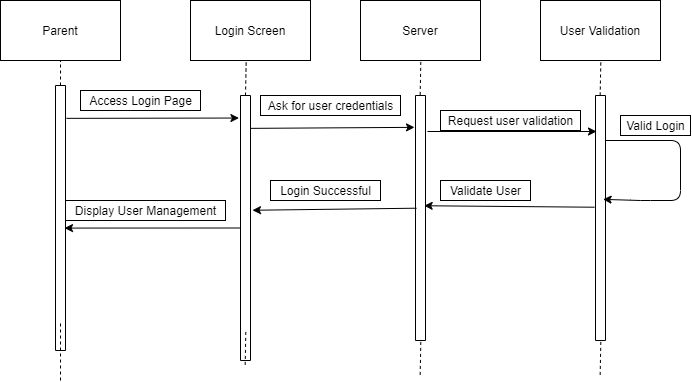
Before: Deliverables/Week_3/Use_Case/Parent/Sequence Diagrams/UserMaintenace.png, a diagram exported from draw.io (Hanandrof/Group-3-Repository). Source tidied: cells renumbered, new cells last; positions are measured from the earlier drawing's top-left corner, leaving out a move shared by most shapes. Its diagram source:
```xml
<mxGraphModel>
  <root>
    <mxCell id="0" />
    <mxCell id="1" parent="0" />
    <mxCell id="2" value="Parent" style="rounded=0;whiteSpace=wrap;html=1;" parent="1" vertex="1">
      <mxGeometry width="120" height="60" as="geometry" />
    </mxCell>
    <mxCell id="3" value="Server" style="rounded=0;whiteSpace=wrap;html=1;" parent="1" vertex="1">
      <mxGeometry x="360" width="120" height="60" as="geometry" />
    </mxCell>
    <mxCell id="4" value="Login Screen" style="rounded=0;whiteSpace=wrap;html=1;" parent="1" vertex="1">
      <mxGeometry x="190" width="120" height="60" as="geometry" />
    </mxCell>
    <mxCell id="5" value="User Validation" style="rounded=0;whiteSpace=wrap;html=1;" parent="1" vertex="1">
      <mxGeometry x="540" width="120" height="60" as="geometry" />
    </mxCell>
    <mxCell id="6" style="rounded=0;whiteSpace=wrap;html=1;direction=south;" parent="1" vertex="1">
      <mxGeometry x="55" y="85" width="10" height="265" as="geometry" />
    </mxCell>
    <mxCell id="7" style="rounded=0;whiteSpace=wrap;html=1;direction=south;" parent="1" vertex="1">
      <mxGeometry x="240" y="95" width="10" height="265" as="geometry" />
    </mxCell>
    <mxCell id="8" style="rounded=0;whiteSpace=wrap;html=1;direction=south;" parent="1" vertex="1">
      <mxGeometry x="415" y="95" width="10" height="245" as="geometry" />
    </mxCell>
    <mxCell id="9" style="rounded=0;whiteSpace=wrap;html=1;direction=south;" parent="1" vertex="1">
      <mxGeometry x="595" y="95" width="10" height="245" as="geometry" />
    </mxCell>
    <mxCell id="10" style="endArrow=none;dashed=1;html=1;entryX=0.5;entryY=1;entryDx=0;entryDy=0;exitX=0;exitY=0.5;exitDx=0;exitDy=0;" parent="1" edge="1" source="6" target="2">
      <mxGeometry relative="1" as="geometry" />
    </mxCell>
    <mxCell id="11" style="endArrow=none;dashed=1;html=1;" parent="1" edge="1">
      <mxGeometry relative="1" as="geometry">
        <mxPoint x="60" y="380" as="sourcePoint" />
        <mxPoint x="60" y="320" as="targetPoint" />
      </mxGeometry>
    </mxCell>
    <mxCell id="12" style="endArrow=classic;html=1;exitX=0.124;exitY=-0.1;exitDx=0;exitDy=0;exitPerimeter=0;entryX=0.085;entryY=1.157;entryDx=0;entryDy=0;entryPerimeter=0;" parent="1" edge="1" source="6" target="7">
      <mxGeometry relative="1" as="geometry" />
    </mxCell>
    <mxCell id="13" value="Access Login Page" style="text;html=1;align=center;verticalAlign=middle;strokeColor=#000000;" parent="1" vertex="1">
      <mxGeometry x="80" y="90" width="120" height="20" as="geometry" />
    </mxCell>
    <mxCell id="14" style="endArrow=classic;html=1;exitX=0.124;exitY=0;exitDx=0;exitDy=0;exitPerimeter=0;entryX=0.13;entryY=1.1;entryDx=0;entryDy=0;entryPerimeter=0;" parent="1" edge="1" source="7" target="8">
      <mxGeometry relative="1" as="geometry" />
    </mxCell>
    <mxCell id="15" value="Ask for user credentials" style="text;html=1;align=center;verticalAlign=middle;strokeColor=#000000;" parent="1" vertex="1">
      <mxGeometry x="260" y="95" width="140" height="20" as="geometry" />
    </mxCell>
    <mxCell id="16" style="endArrow=classic;html=1;" parent="1" edge="1">
      <mxGeometry relative="1" as="geometry">
        <mxPoint x="427" y="131" as="sourcePoint" />
        <mxPoint x="596" y="131" as="targetPoint" />
      </mxGeometry>
    </mxCell>
    <mxCell id="17" value="Request user validation" style="text;html=1;align=center;verticalAlign=middle;strokeColor=#000000;" parent="1" vertex="1">
      <mxGeometry x="440" y="110" width="140" height="20" as="geometry" />
    </mxCell>
    <mxCell id="18" style="endArrow=classic;html=1;entryX=0.424;entryY=0.24;entryDx=0;entryDy=0;entryPerimeter=0;" parent="1" edge="1" target="9">
      <mxGeometry relative="1" as="geometry">
        <mxPoint x="605" y="140" as="sourcePoint" />
        <Array as="points">
          <mxPoint x="680" y="140" />
          <mxPoint x="680" y="200" />
          <mxPoint x="640" y="200" />
        </Array>
      </mxGeometry>
    </mxCell>
    <mxCell id="19" value="Valid Login" style="text;html=1;align=center;verticalAlign=middle;strokeColor=#000000;" parent="1" vertex="1">
      <mxGeometry x="620" y="115" width="70" height="20" as="geometry" />
    </mxCell>
    <mxCell id="20" style="endArrow=classic;html=1;exitX=0.456;exitY=1.1;exitDx=0;exitDy=0;exitPerimeter=0;entryX=0.45;entryY=0.133;entryDx=0;entryDy=0;entryPerimeter=0;" parent="1" edge="1" source="9" target="8">
      <mxGeometry relative="1" as="geometry" />
    </mxCell>
    <mxCell id="21" style="endArrow=classic;html=1;exitX=0.46;exitY=0.9;exitDx=0;exitDy=0;exitPerimeter=0;entryX=0.433;entryY=-0.2;entryDx=0;entryDy=0;entryPerimeter=0;" parent="1" edge="1" source="8" target="7">
      <mxGeometry relative="1" as="geometry" />
    </mxCell>
    <mxCell id="22" style="endArrow=classic;html=1;exitX=0.5;exitY=1;exitDx=0;exitDy=0;entryX=0.538;entryY=0.1;entryDx=0;entryDy=0;entryPerimeter=0;" parent="1" edge="1" source="7" target="6">
      <mxGeometry relative="1" as="geometry" />
    </mxCell>
    <mxCell id="23" value="Login Successful" style="text;html=1;align=center;verticalAlign=middle;strokeColor=#000000;" parent="1" vertex="1">
      <mxGeometry x="270" y="180" width="110" height="20" as="geometry" />
    </mxCell>
    <mxCell id="24" value="Validate User" style="text;html=1;align=center;verticalAlign=middle;strokeColor=#000000;" parent="1" vertex="1">
      <mxGeometry x="440" y="180" width="90" height="20" as="geometry" />
    </mxCell>
    <mxCell id="25" value="Display User Management" style="text;html=1;align=center;verticalAlign=middle;strokeColor=#000000;" parent="1" vertex="1">
      <mxGeometry x="65" y="200" width="160" height="20" as="geometry" />
    </mxCell>
    <mxCell id="26" style="endArrow=none;dashed=1;html=1;strokeColor=#000000;exitX=0;exitY=0.5;exitDx=0;exitDy=0;entryX=0.464;entryY=1.01;entryDx=0;entryDy=0;entryPerimeter=0;" parent="1" edge="1" source="7" target="4">
      <mxGeometry relative="1" as="geometry" />
    </mxCell>
    <mxCell id="27" style="endArrow=none;dashed=1;html=1;strokeColor=#000000;exitX=0;exitY=0.5;exitDx=0;exitDy=0;entryX=0.464;entryY=1.01;entryDx=0;entryDy=0;entryPerimeter=0;" parent="1" edge="1">
      <mxGeometry relative="1" as="geometry">
        <mxPoint x="419.7" y="94.4" as="sourcePoint" />
        <mxPoint x="420.3" y="60" as="targetPoint" />
      </mxGeometry>
    </mxCell>
    <mxCell id="28" style="endArrow=none;dashed=1;html=1;strokeColor=#000000;exitX=0;exitY=0.5;exitDx=0;exitDy=0;entryX=0.464;entryY=1.01;entryDx=0;entryDy=0;entryPerimeter=0;" parent="1" edge="1">
      <mxGeometry relative="1" as="geometry">
        <mxPoint x="599.7" y="95" as="sourcePoint" />
        <mxPoint x="600.3" y="60.6" as="targetPoint" />
      </mxGeometry>
    </mxCell>
    <mxCell id="29" style="endArrow=none;dashed=1;html=1;strokeColor=#000000;exitX=0;exitY=0.5;exitDx=0;exitDy=0;entryX=0.464;entryY=1.01;entryDx=0;entryDy=0;entryPerimeter=0;" parent="1" edge="1">
      <mxGeometry relative="1" as="geometry">
        <mxPoint x="599.7" y="374.4" as="sourcePoint" />
        <mxPoint x="600.3" y="340" as="targetPoint" />
      </mxGeometry>
    </mxCell>
    <mxCell id="30" style="endArrow=none;dashed=1;html=1;strokeColor=#000000;exitX=0;exitY=0.5;exitDx=0;exitDy=0;entryX=0.464;entryY=1.01;entryDx=0;entryDy=0;entryPerimeter=0;" parent="1" edge="1">
      <mxGeometry relative="1" as="geometry">
        <mxPoint x="419.7" y="374.4" as="sourcePoint" />
        <mxPoint x="420.3" y="340" as="targetPoint" />
      </mxGeometry>
    </mxCell>
    <mxCell id="31" style="endArrow=none;dashed=1;html=1;strokeColor=#000000;exitX=0;exitY=0.5;exitDx=0;exitDy=0;entryX=0.464;entryY=1.01;entryDx=0;entryDy=0;entryPerimeter=0;" parent="1" edge="1">
      <mxGeometry relative="1" as="geometry">
        <mxPoint x="244.7" y="364.4" as="sourcePoint" />
        <mxPoint x="245.3" y="330" as="targetPoint" />
      </mxGeometry>
    </mxCell>
  </root>
</mxGraphModel>
```
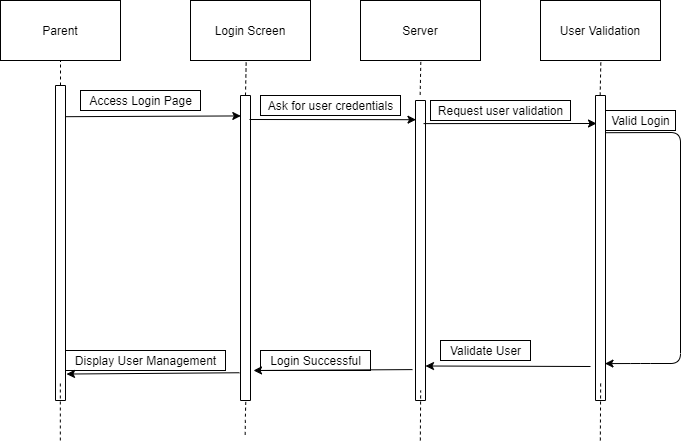
Later version of the same file.

The edit, as a diff of the source:
```diff
@@ -1,4 +1,4 @@
-<mxGraphModel>
+<mxGraphModel background="#FFFFFF">
   <root>
     <mxCell id="0" />
     <mxCell id="1" parent="0" />
@@ -15,77 +15,81 @@
       <mxGeometry x="540" width="120" height="60" as="geometry" />
     </mxCell>
     <mxCell id="6" style="rounded=0;whiteSpace=wrap;html=1;direction=south;" parent="1" vertex="1">
-      <mxGeometry x="55" y="85" width="10" height="265" as="geometry" />
+      <mxGeometry x="55" y="85" width="10" height="315" as="geometry" />
     </mxCell>
     <mxCell id="7" style="rounded=0;whiteSpace=wrap;html=1;direction=south;" parent="1" vertex="1">
-      <mxGeometry x="240" y="95" width="10" height="265" as="geometry" />
+      <mxGeometry x="240" y="95" width="10" height="305" as="geometry" />
     </mxCell>
     <mxCell id="8" style="rounded=0;whiteSpace=wrap;html=1;direction=south;" parent="1" vertex="1">
-      <mxGeometry x="415" y="95" width="10" height="245" as="geometry" />
+      <mxGeometry x="415" y="100" width="10" height="300" as="geometry" />
     </mxCell>
     <mxCell id="9" style="rounded=0;whiteSpace=wrap;html=1;direction=south;" parent="1" vertex="1">
-      <mxGeometry x="595" y="95" width="10" height="245" as="geometry" />
+      <mxGeometry x="595" y="95" width="10" height="305" as="geometry" />
     </mxCell>
     <mxCell id="10" style="endArrow=none;dashed=1;html=1;entryX=0.5;entryY=1;entryDx=0;entryDy=0;exitX=0;exitY=0.5;exitDx=0;exitDy=0;" parent="1" edge="1" source="6" target="2">
       <mxGeometry relative="1" as="geometry" />
     </mxCell>
     <mxCell id="11" style="endArrow=none;dashed=1;html=1;" parent="1" edge="1">
       <mxGeometry relative="1" as="geometry">
-        <mxPoint x="60" y="380" as="sourcePoint" />
-        <mxPoint x="60" y="320" as="targetPoint" />
+        <mxPoint x="59.8" y="440" as="sourcePoint" />
+        <mxPoint x="59.8" y="380" as="targetPoint" />
       </mxGeometry>
     </mxCell>
-    <mxCell id="12" style="endArrow=classic;html=1;exitX=0.124;exitY=-0.1;exitDx=0;exitDy=0;exitPerimeter=0;entryX=0.085;entryY=1.157;entryDx=0;entryDy=0;entryPerimeter=0;" parent="1" edge="1" source="6" target="7">
+    <mxCell id="12" style="endArrow=classic;html=1;exitX=0.099;exitY=-0.014;exitDx=0;exitDy=0;exitPerimeter=0;entryX=0.067;entryY=0.969;entryDx=0;entryDy=0;entryPerimeter=0;" parent="1" edge="1" source="6" target="7">
       <mxGeometry relative="1" as="geometry" />
     </mxCell>
     <mxCell id="13" value="Access Login Page" style="text;html=1;align=center;verticalAlign=middle;strokeColor=#000000;" parent="1" vertex="1">
       <mxGeometry x="80" y="90" width="120" height="20" as="geometry" />
     </mxCell>
-    <mxCell id="14" style="endArrow=classic;html=1;exitX=0.124;exitY=0;exitDx=0;exitDy=0;exitPerimeter=0;entryX=0.13;entryY=1.1;entryDx=0;entryDy=0;entryPerimeter=0;" parent="1" edge="1" source="7" target="8">
-      <mxGeometry relative="1" as="geometry" />
+    <mxCell id="14" style="endArrow=classic;html=1;entryX=0.064;entryY=0.952;entryDx=0;entryDy=0;entryPerimeter=0;" parent="1" edge="1" target="8">
+      <mxGeometry relative="1" as="geometry">
+        <mxPoint x="249" y="119" as="sourcePoint" />
+      </mxGeometry>
     </mxCell>
     <mxCell id="15" value="Ask for user credentials" style="text;html=1;align=center;verticalAlign=middle;strokeColor=#000000;" parent="1" vertex="1">
       <mxGeometry x="260" y="95" width="140" height="20" as="geometry" />
     </mxCell>
-    <mxCell id="16" style="endArrow=classic;html=1;" parent="1" edge="1">
+    <mxCell id="16" style="endArrow=classic;html=1;exitX=0.077;exitY=0.193;exitDx=0;exitDy=0;exitPerimeter=0;" parent="1" edge="1" source="8">
       <mxGeometry relative="1" as="geometry">
-        <mxPoint x="427" y="131" as="sourcePoint" />
-        <mxPoint x="596" y="131" as="targetPoint" />
+        <mxPoint x="596" y="123" as="targetPoint" />
       </mxGeometry>
     </mxCell>
     <mxCell id="17" value="Request user validation" style="text;html=1;align=center;verticalAlign=middle;strokeColor=#000000;" parent="1" vertex="1">
-      <mxGeometry x="440" y="110" width="140" height="20" as="geometry" />
+      <mxGeometry x="430" y="100" width="140" height="20" as="geometry" />
     </mxCell>
-    <mxCell id="18" style="endArrow=classic;html=1;entryX=0.424;entryY=0.24;entryDx=0;entryDy=0;entryPerimeter=0;" parent="1" edge="1" target="9">
+    <mxCell id="18" style="endArrow=classic;html=1;entryX=0.879;entryY=0.05;entryDx=0;entryDy=0;entryPerimeter=0;exitX=0.122;exitY=-0.014;exitDx=0;exitDy=0;exitPerimeter=0;" parent="1" edge="1" source="9" target="9">
       <mxGeometry relative="1" as="geometry">
-        <mxPoint x="605" y="140" as="sourcePoint" />
         <Array as="points">
-          <mxPoint x="680" y="140" />
-          <mxPoint x="680" y="200" />
-          <mxPoint x="640" y="200" />
+          <mxPoint x="680" y="132" />
+          <mxPoint x="680" y="363" />
+          <mxPoint x="640" y="363" />
         </Array>
       </mxGeometry>
     </mxCell>
     <mxCell id="19" value="Valid Login" style="text;html=1;align=center;verticalAlign=middle;strokeColor=#000000;" parent="1" vertex="1">
-      <mxGeometry x="620" y="115" width="70" height="20" as="geometry" />
+      <mxGeometry x="605" y="110" width="70" height="20" as="geometry" />
     </mxCell>
-    <mxCell id="20" style="endArrow=classic;html=1;exitX=0.456;exitY=1.1;exitDx=0;exitDy=0;exitPerimeter=0;entryX=0.45;entryY=0.133;entryDx=0;entryDy=0;entryPerimeter=0;" parent="1" edge="1" source="9" target="8">
-      <mxGeometry relative="1" as="geometry" />
+    <mxCell id="20" style="endArrow=classic;html=1;entryX=0.885;entryY=0;entryDx=0;entryDy=0;entryPerimeter=0;" parent="1" edge="1" target="8">
+      <mxGeometry relative="1" as="geometry">
+        <mxPoint x="590" y="366" as="sourcePoint" />
+      </mxGeometry>
     </mxCell>
-    <mxCell id="21" style="endArrow=classic;html=1;exitX=0.46;exitY=0.9;exitDx=0;exitDy=0;exitPerimeter=0;entryX=0.433;entryY=-0.2;entryDx=0;entryDy=0;entryPerimeter=0;" parent="1" edge="1" source="8" target="7">
-      <mxGeometry relative="1" as="geometry" />
+    <mxCell id="21" style="endArrow=classic;html=1;exitX=0.897;exitY=1.3;exitDx=0;exitDy=0;exitPerimeter=0;" parent="1" edge="1" source="8">
+      <mxGeometry relative="1" as="geometry">
+        <mxPoint x="253" y="370" as="targetPoint" />
+      </mxGeometry>
     </mxCell>
-    <mxCell id="22" style="endArrow=classic;html=1;exitX=0.5;exitY=1;exitDx=0;exitDy=0;entryX=0.538;entryY=0.1;entryDx=0;entryDy=0;entryPerimeter=0;" parent="1" edge="1" source="7" target="6">
+    <mxCell id="22" style="endArrow=classic;html=1;exitX=0.909;exitY=1.1;exitDx=0;exitDy=0;entryX=0.916;entryY=-0.1;entryDx=0;entryDy=0;entryPerimeter=0;exitPerimeter=0;" parent="1" edge="1" source="7" target="6">
       <mxGeometry relative="1" as="geometry" />
     </mxCell>
     <mxCell id="23" value="Login Successful" style="text;html=1;align=center;verticalAlign=middle;strokeColor=#000000;" parent="1" vertex="1">
-      <mxGeometry x="270" y="180" width="110" height="20" as="geometry" />
+      <mxGeometry x="260" y="350" width="110" height="20" as="geometry" />
     </mxCell>
     <mxCell id="24" value="Validate User" style="text;html=1;align=center;verticalAlign=middle;strokeColor=#000000;" parent="1" vertex="1">
-      <mxGeometry x="440" y="180" width="90" height="20" as="geometry" />
+      <mxGeometry x="440" y="340" width="90" height="20" as="geometry" />
     </mxCell>
     <mxCell id="25" value="Display User Management" style="text;html=1;align=center;verticalAlign=middle;strokeColor=#000000;" parent="1" vertex="1">
-      <mxGeometry x="65" y="200" width="160" height="20" as="geometry" />
+      <mxGeometry x="65" y="350" width="160" height="20" as="geometry" />
     </mxCell>
     <mxCell id="26" style="endArrow=none;dashed=1;html=1;strokeColor=#000000;exitX=0;exitY=0.5;exitDx=0;exitDy=0;entryX=0.464;entryY=1.01;entryDx=0;entryDy=0;entryPerimeter=0;" parent="1" edge="1" source="7" target="4">
       <mxGeometry relative="1" as="geometry" />
@@ -102,22 +106,25 @@
         <mxPoint x="600.3" y="60.6" as="targetPoint" />
       </mxGeometry>
     </mxCell>
-    <mxCell id="29" style="endArrow=none;dashed=1;html=1;strokeColor=#000000;exitX=0;exitY=0.5;exitDx=0;exitDy=0;entryX=0.464;entryY=1.01;entryDx=0;entryDy=0;entryPerimeter=0;" parent="1" edge="1">
+    <mxCell id="29" style="endArrow=none;dashed=1;html=1;strokeColor=#000000;entryX=0.464;entryY=1.01;entryDx=0;entryDy=0;entryPerimeter=0;" parent="1" edge="1">
       <mxGeometry relative="1" as="geometry">
-        <mxPoint x="599.7" y="374.4" as="sourcePoint" />
-        <mxPoint x="600.3" y="340" as="targetPoint" />
+        <mxPoint x="599.8" y="440" as="sourcePoint" />
+        <mxPoint x="600.2" y="380" as="targetPoint" />
       </mxGeometry>
     </mxCell>
-    <mxCell id="30" style="endArrow=none;dashed=1;html=1;strokeColor=#000000;exitX=0;exitY=0.5;exitDx=0;exitDy=0;entryX=0.464;entryY=1.01;entryDx=0;entryDy=0;entryPerimeter=0;" parent="1" edge="1">
+    <mxCell id="30" style="endArrow=none;dashed=1;html=1;strokeColor=#000000;entryX=0.464;entryY=1.01;entryDx=0;entryDy=0;entryPerimeter=0;" parent="1" edge="1">
       <mxGeometry relative="1" as="geometry">
-        <mxPoint x="419.7" y="374.4" as="sourcePoint" />
-        <mxPoint x="420.3" y="340" as="targetPoint" />
+        <mxPoint x="419.8" y="440" as="sourcePoint" />
+        <mxPoint x="420.2" y="390" as="targetPoint" />
       </mxGeometry>
     </mxCell>
     <mxCell id="31" style="endArrow=none;dashed=1;html=1;strokeColor=#000000;exitX=0;exitY=0.5;exitDx=0;exitDy=0;entryX=0.464;entryY=1.01;entryDx=0;entryDy=0;entryPerimeter=0;" parent="1" edge="1">
       <mxGeometry relative="1" as="geometry">
-        <mxPoint x="244.7" y="364.4" as="sourcePoint" />
-        <mxPoint x="245.3" y="330" as="targetPoint" />
+        <mxPoint x="244.7" y="434.4" as="sourcePoint" />
+        <mxPoint x="245.3" y="400" as="targetPoint" />
+        <Array as="points">
+          <mxPoint x="245" y="410" />
+        </Array>
       </mxGeometry>
     </mxCell>
   </root>
```
